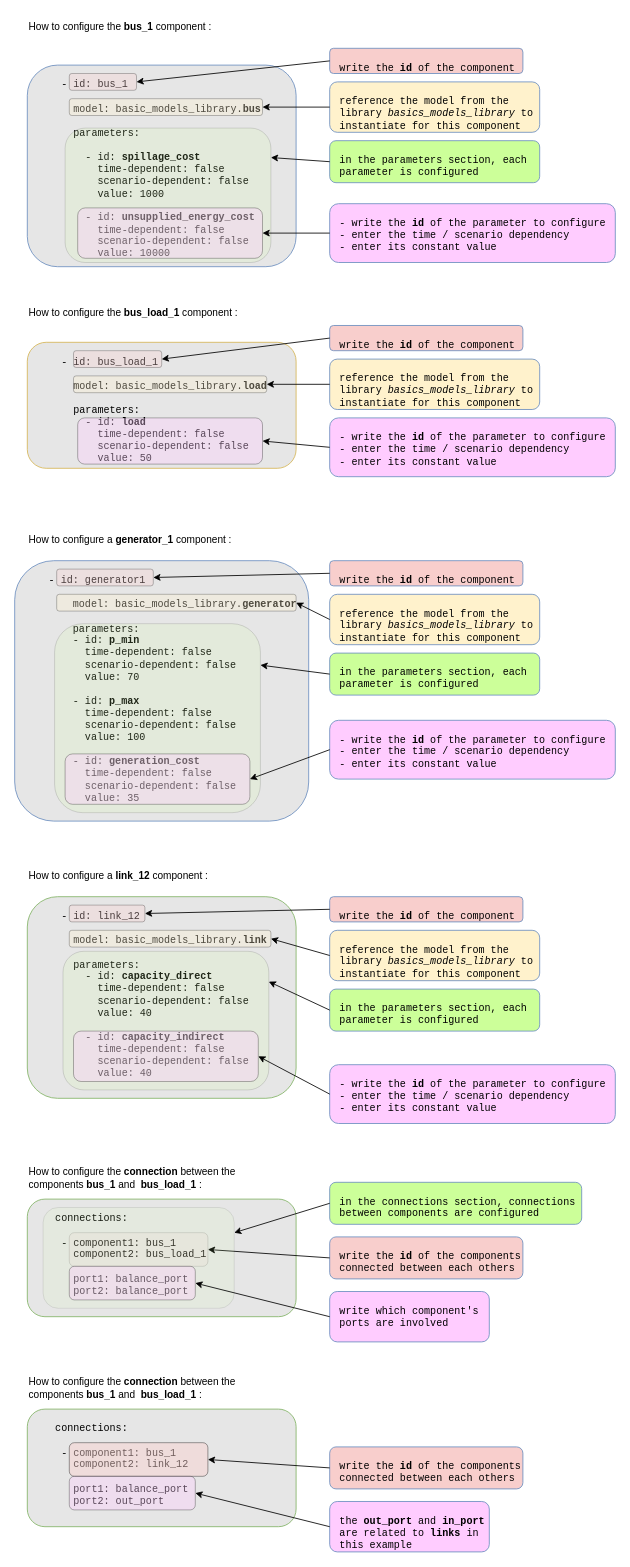
This is doc/assets/2_QSE_Adequacy_system.drawio from AntaresSimulatorTeam/GEMS, a draw.io file, before an edit. Source tidied: cells renumbered, new cells numbered last; positions are measured from the earlier drawing's top-left corner, leaving out a move shared by most shapes. Both pictures are drawn from the tidied source at 84%, with x=0, y=0 at pixel (14, 14).
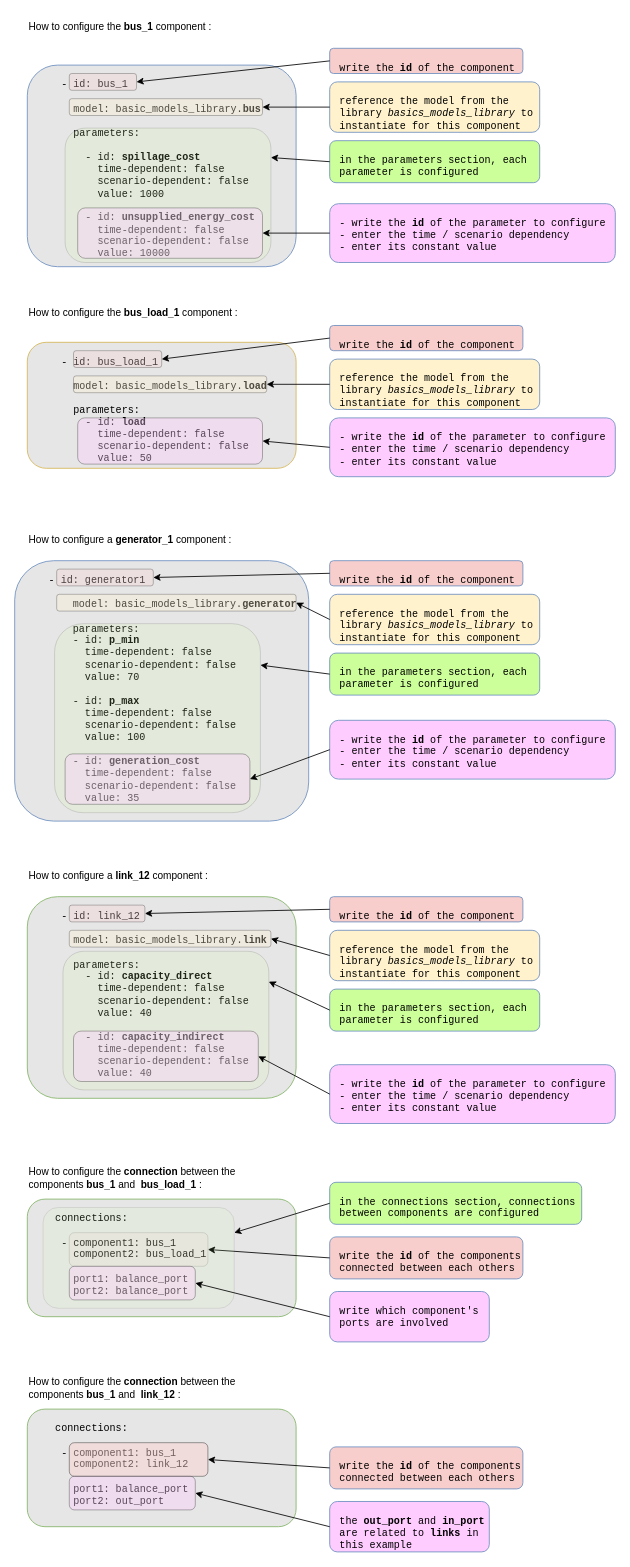
Above is the later version.

Change to the diagram source:
```diff
@@
-    <mxCell id="73" value="How to configure the &lt;b&gt;connection&lt;/b&gt;&amp;nbsp;between the components &lt;b&gt;bus_1 &lt;/b&gt;and&amp;nbsp;&lt;b&gt;&amp;nbsp;bus_load_1&amp;nbsp;&lt;/b&gt;:" style="text;html=1;whiteSpace=wrap;strokeColor=none;fillColor=none;align=left;verticalAlign=middle;rounded=0;" parent="1" vertex="1">
+    <mxCell id="73" value="How to configure the &lt;b&gt;connection&lt;/b&gt;&amp;nbsp;between the components &lt;b&gt;bus_1 &lt;/b&gt;and&amp;nbsp;&lt;b&gt;&amp;nbsp;link_12&amp;nbsp;&lt;/b&gt;:" style="text;html=1;whiteSpace=wrap;strokeColor=none;fillColor=none;align=left;verticalAlign=middle;rounded=0;" parent="1" vertex="1">
       <mxGeometry x="15" y="1620" width="285" height="30" as="geometry" />
     </mxCell>
```
